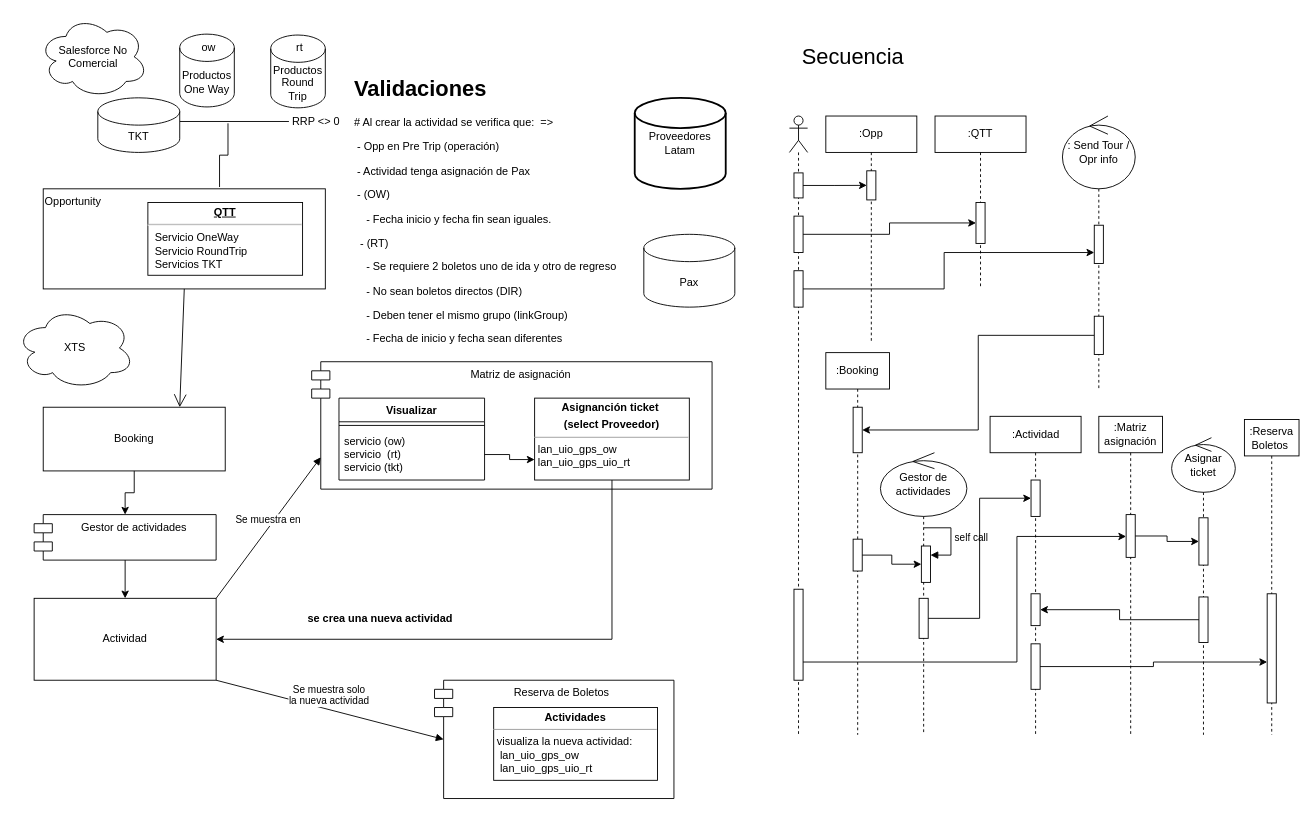
Before: OneWay - RoundTrip.drawio in TecladoZurdo/UML, a draw.io diagram. Source tidied: cells renumbered, new cells numbered last; positions are measured from the earlier drawing's top-left corner, leaving out a move shared by most shapes. Both pictures are drawn from the tidied source at 91%, with x=0, y=0 at pixel (15, 15).
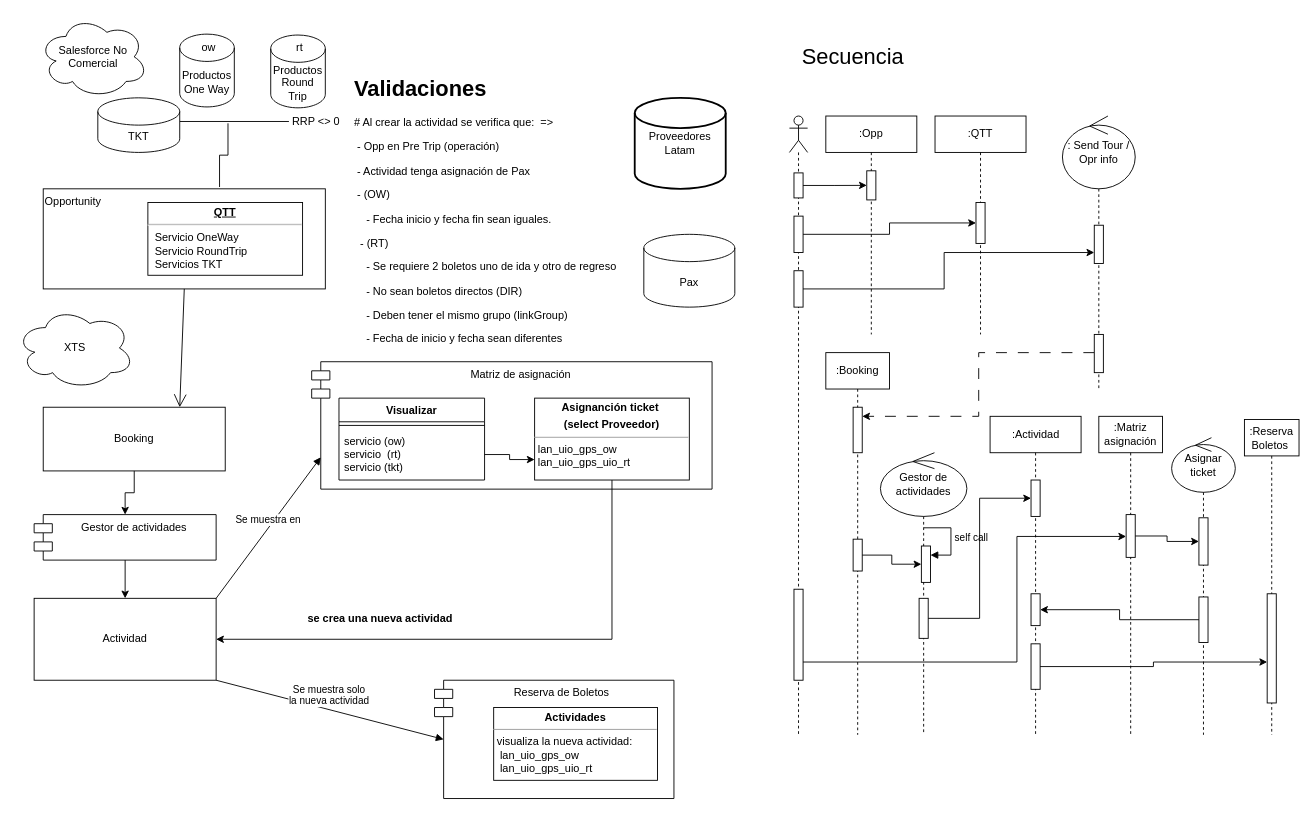
Above is the later version.

Unchanged cells that the change refers to:
```xml
<mxCell id="49" style="html=1;points=[[0,0,0,0,5],[0,1,0,0,-5],[1,0,0,0,5],[1,1,0,0,-5]];perimeter=orthogonalPerimeter;outlineConnect=0;targetShapes=umlLifeline;portConstraint=eastwest;newEdgeStyle={&quot;curved&quot;:0,&quot;rounded&quot;:0};" parent="48" vertex="1">
  <mxGeometry x="30" y="60" width="10" height="50" as="geometry" />
</mxCell>
<mxCell id="52" value=": Send Tour / Opr info" style="shape=umlLifeline;perimeter=lifelinePerimeter;whiteSpace=wrap;html=1;newEdgeStyle={&quot;curved&quot;:0,&quot;rounded&quot;:0};participant=umlControl;size=80;" parent="1" vertex="1">
  <mxGeometry x="1150" y="110" width="80" height="300" as="geometry" />
</mxCell>
```

Diff of the diagram source:
```diff
@@
     <mxCell id="35" value=":Opp" style="shape=umlLifeline;perimeter=lifelinePerimeter;whiteSpace=wrap;html=1;newEdgeStyle={&quot;curved&quot;:0,&quot;rounded&quot;:0};" parent="1" vertex="1">
-      <mxGeometry x="890" y="110" width="100" height="250" as="geometry" />
+      <mxGeometry x="890" y="110" width="100" height="240" as="geometry" />
     </mxCell>
@@
     <mxCell id="38" value=":QTT" style="shape=umlLifeline;perimeter=lifelinePerimeter;whiteSpace=wrap;html=1;newEdgeStyle={&quot;curved&quot;:0,&quot;rounded&quot;:0};" parent="1" vertex="1">
-      <mxGeometry x="1010" y="110" width="100" height="190" as="geometry" />
+      <mxGeometry x="1010" y="110" width="100" height="240" as="geometry" />
     </mxCell>
@@
-    <mxCell id="51" style="edgeStyle=orthogonalEdgeStyle;rounded=0;jettySize=auto;html=1;curved=0;" parent="1" edge="1" source="54" target="49">
-      <mxGeometry relative="1" as="geometry" />
+    <mxCell id="51" style="edgeStyle=orthogonalEdgeStyle;rounded=0;jettySize=auto;html=1;curved=0;dashed=1;dashPattern=12 12;" parent="1" edge="1" source="54" target="49">
+      <mxGeometry relative="1" as="geometry">
+        <Array as="points">
+          <mxPoint x="1058" y="370" />
+          <mxPoint x="1058" y="440" />
+        </Array>
+      </mxGeometry>
     </mxCell>
@@
     <mxCell id="54" style="html=1;points=[[0,0,0,0,5],[0,1,0,0,-5],[1,0,0,0,5],[1,1,0,0,-5]];perimeter=orthogonalPerimeter;outlineConnect=0;targetShapes=umlLifeline;portConstraint=eastwest;newEdgeStyle={&quot;curved&quot;:0,&quot;rounded&quot;:0};" parent="52" vertex="1">
-      <mxGeometry x="35" y="220" width="10" height="42" as="geometry" />
+      <mxGeometry x="35" y="240" width="10" height="42" as="geometry" />
     </mxCell>
```
